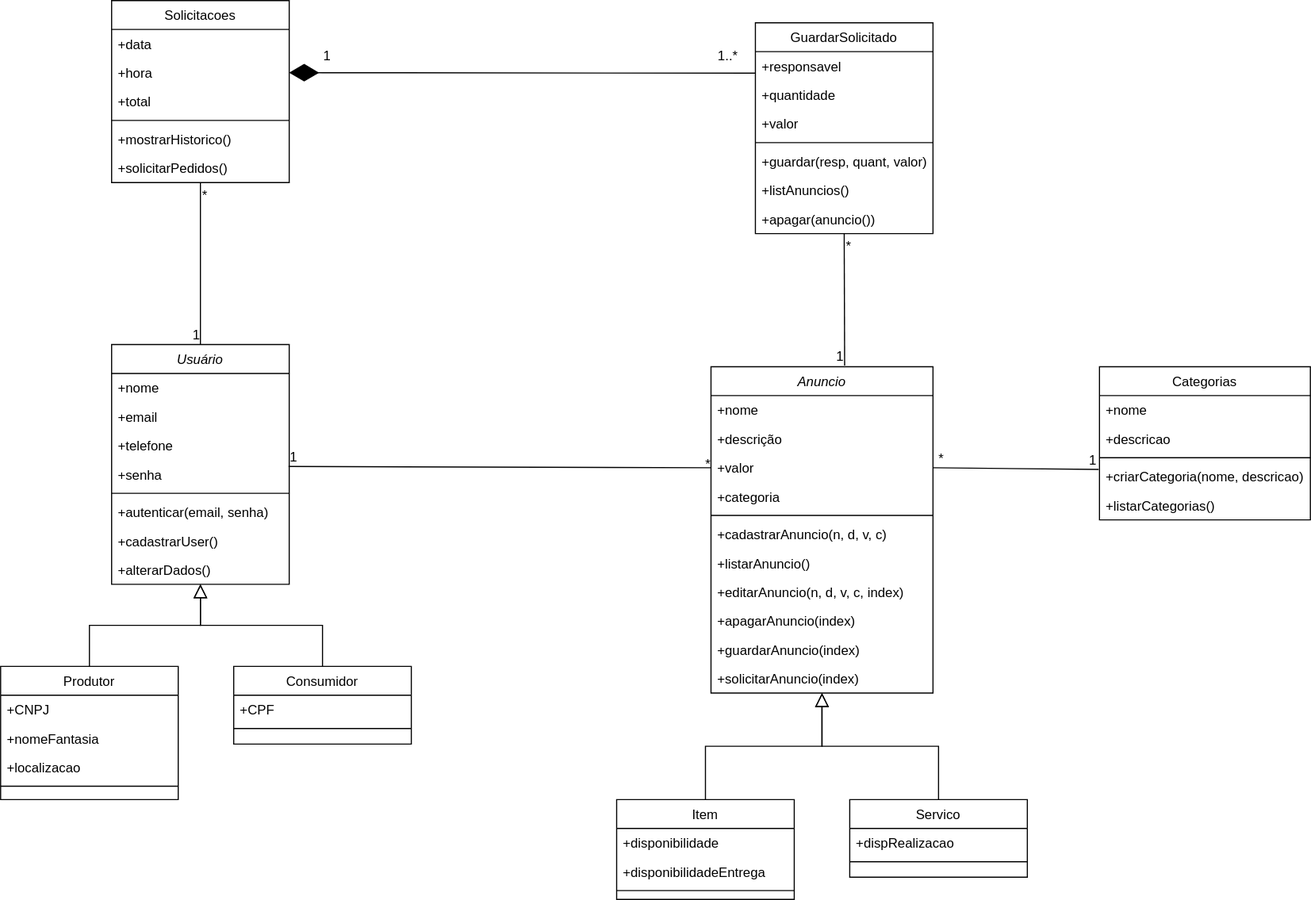
yanturck/carshopservices keeps this draw.io diagram as diagramas/Classes.drawio.svg. Above is the earlier version. Source tidied: cells renumbered, new cells last; positions are measured from the earlier drawing's top-left corner, leaving out a move shared by most shapes.
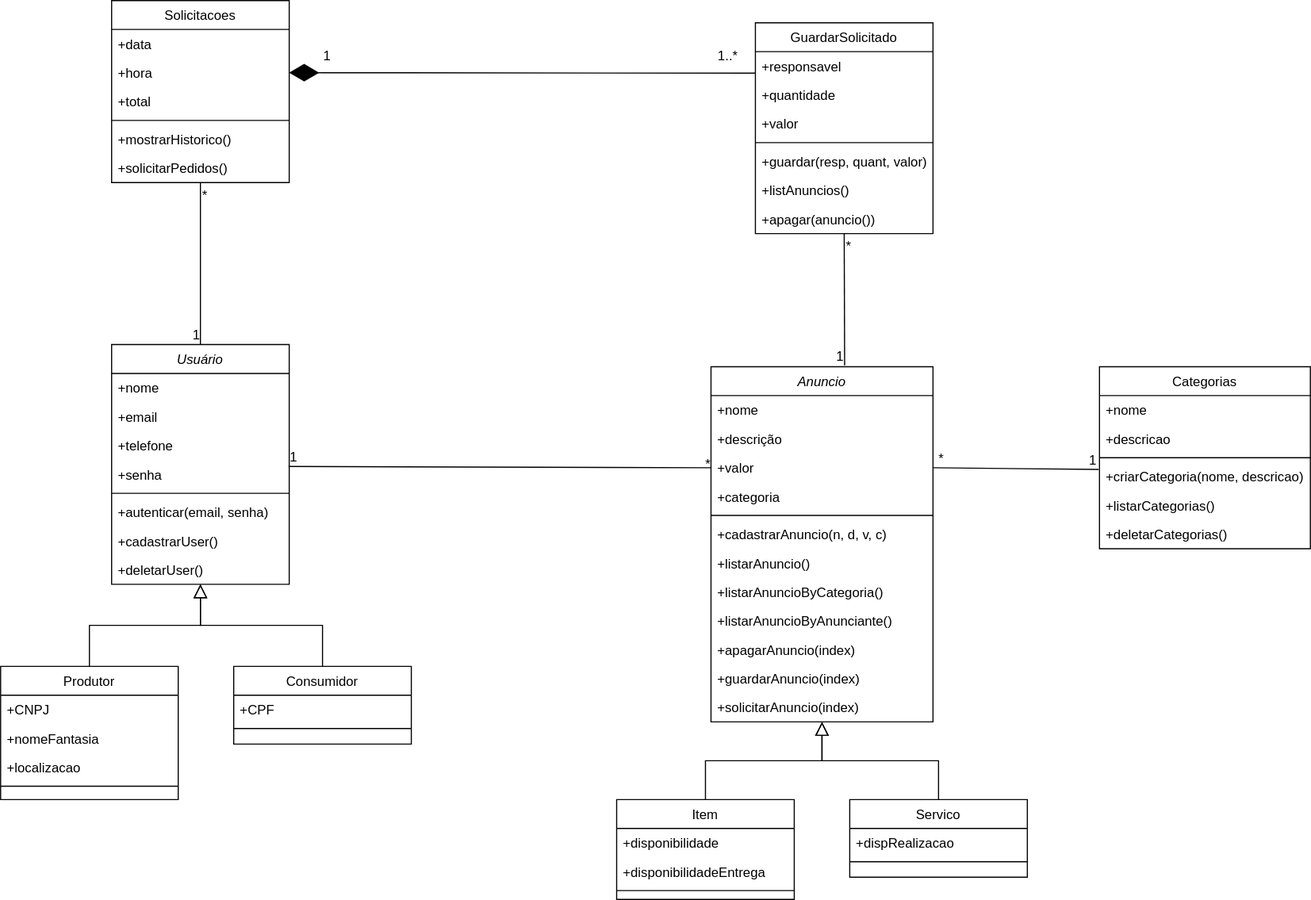
After the change.

Diff of the diagram source:
```diff
@@ -26,7 +26,7 @@
     <mxCell id="9" value="+cadastrarUser()" style="text;align=left;verticalAlign=top;spacingLeft=4;spacingRight=4;overflow=hidden;rounded=0;shadow=0;html=0;" parent="2" vertex="1">
       <mxGeometry y="164" width="160" height="26" as="geometry" />
     </mxCell>
-    <mxCell id="10" value="+alterarDados()" style="text;align=left;verticalAlign=top;spacingLeft=4;spacingRight=4;overflow=hidden;rounded=0;shadow=0;html=0;" parent="2" vertex="1">
+    <mxCell id="10" value="+deletarUser()" style="text;align=left;verticalAlign=top;spacingLeft=4;spacingRight=4;overflow=hidden;rounded=0;shadow=0;html=0;" parent="2" vertex="1">
       <mxGeometry y="190" width="160" height="26" as="geometry" />
     </mxCell>
     <mxCell id="11" value="Produtor" style="swimlane;fontStyle=0;align=center;verticalAlign=top;horizontal=1;startSize=26;rounded=0;shadow=0;strokeWidth=1;" parent="1" vertex="1">
@@ -60,7 +60,7 @@
       <mxGeometry relative="1" as="geometry" />
     </mxCell>
     <mxCell id="21" value="Anuncio" style="swimlane;fontStyle=2;align=center;verticalAlign=top;horizontal=1;startSize=26;rounded=0;shadow=0;strokeWidth=1;" parent="1" vertex="1">
-      <mxGeometry x="640" y="330" width="200" height="294" as="geometry" />
+      <mxGeometry x="640" y="330" width="200" height="320" as="geometry" />
     </mxCell>
     <mxCell id="22" value="+nome" style="text;align=left;verticalAlign=top;spacingLeft=4;spacingRight=4;overflow=hidden;" parent="21" vertex="1">
       <mxGeometry y="26" width="200" height="26" as="geometry" />
@@ -83,17 +83,20 @@
     <mxCell id="28" value="+listarAnuncio()" style="text;align=left;verticalAlign=top;spacingLeft=4;spacingRight=4;overflow=hidden;rounded=0;shadow=0;html=0;" parent="21" vertex="1">
       <mxGeometry y="164" width="200" height="26" as="geometry" />
     </mxCell>
-    <mxCell id="29" value="+editarAnuncio(n, d, v, c, index)" style="text;align=left;verticalAlign=top;spacingLeft=4;spacingRight=4;overflow=hidden;rounded=0;shadow=0;html=0;" parent="21" vertex="1">
+    <mxCell id="29" value="+listarAnuncioByCategoria()" style="text;align=left;verticalAlign=top;spacingLeft=4;spacingRight=4;overflow=hidden;rounded=0;shadow=0;html=0;" parent="21" vertex="1">
       <mxGeometry y="190" width="200" height="26" as="geometry" />
     </mxCell>
+    <mxCell id="78" value="+listarAnuncioByAnunciante()" style="text;align=left;verticalAlign=top;spacingLeft=4;spacingRight=4;overflow=hidden;rounded=0;shadow=0;html=0;" parent="21" vertex="1">
+      <mxGeometry y="216" width="200" height="26" as="geometry" />
+    </mxCell>
     <mxCell id="30" value="+apagarAnuncio(index)" style="text;align=left;verticalAlign=top;spacingLeft=4;spacingRight=4;overflow=hidden;rounded=0;shadow=0;html=0;" parent="21" vertex="1">
-      <mxGeometry y="216" width="200" height="26" as="geometry" />
+      <mxGeometry y="242" width="200" height="26" as="geometry" />
     </mxCell>
     <mxCell id="31" value="+guardarAnuncio(index)" style="text;align=left;verticalAlign=top;spacingLeft=4;spacingRight=4;overflow=hidden;rounded=0;shadow=0;html=0;" parent="21" vertex="1">
-      <mxGeometry y="242" width="200" height="26" as="geometry" />
+      <mxGeometry y="268" width="200" height="26" as="geometry" />
     </mxCell>
     <mxCell id="32" value="+solicitarAnuncio(index)" style="text;align=left;verticalAlign=top;spacingLeft=4;spacingRight=4;overflow=hidden;rounded=0;shadow=0;html=0;" parent="21" vertex="1">
-      <mxGeometry y="268" width="200" height="26" as="geometry" />
+      <mxGeometry y="294" width="200" height="26" as="geometry" />
     </mxCell>
     <mxCell id="33" value="Item" style="swimlane;fontStyle=0;align=center;verticalAlign=top;horizontal=1;startSize=26;rounded=0;shadow=0;strokeWidth=1;" parent="1" vertex="1">
       <mxGeometry x="555" y="720" width="160" height="90" as="geometry" />
@@ -214,7 +217,7 @@
       </mxGeometry>
     </mxCell>
     <mxCell id="69" value="Categorias" style="swimlane;fontStyle=0;align=center;verticalAlign=top;horizontal=1;startSize=26;" parent="1" vertex="1">
-      <mxGeometry x="990" y="330" width="190" height="138" as="geometry" />
+      <mxGeometry x="990" y="330" width="190" height="164" as="geometry" />
     </mxCell>
     <mxCell id="70" value="+nome" style="text;strokeColor=none;fillColor=none;align=left;verticalAlign=top;spacingLeft=4;spacingRight=4;overflow=hidden;" parent="69" vertex="1">
       <mxGeometry y="26" width="190" height="26" as="geometry" />
@@ -228,8 +231,11 @@
     <mxCell id="73" value="+criarCategoria(nome, descricao)" style="text;strokeColor=none;fillColor=none;align=left;verticalAlign=top;spacingLeft=4;spacingRight=4;overflow=hidden;points=[[0,0.5],[1,0.5]];portConstraint=eastwest;" parent="69" vertex="1">
       <mxGeometry y="86" width="190" height="26" as="geometry" />
     </mxCell>
+    <mxCell id="79" value="+listarCategorias()" style="text;align=left;verticalAlign=top;spacingLeft=4;spacingRight=4;overflow=hidden;rounded=0;shadow=0;html=0;" parent="69" vertex="1">
+      <mxGeometry y="112" width="190" height="26" as="geometry" />
+    </mxCell>
-    <mxCell id="74" value="+listarCategorias()" style="text;align=left;verticalAlign=top;spacingLeft=4;spacingRight=4;overflow=hidden;rounded=0;shadow=0;html=0;" parent="69" vertex="1">
-      <mxGeometry y="112" width="190" height="26" as="geometry" />
+    <mxCell id="74" value="+deletarCategorias()" style="text;align=left;verticalAlign=top;spacingLeft=4;spacingRight=4;overflow=hidden;rounded=0;shadow=0;html=0;" parent="69" vertex="1">
+      <mxGeometry y="138" width="190" height="26" as="geometry" />
     </mxCell>
     <mxCell id="75" style="endArrow=none;html=1;rounded=0;exitX=-0.004;exitY=0.25;exitDx=0;exitDy=0;entryX=1;entryY=0.5;entryDx=0;entryDy=0;exitPerimeter=0;" parent="1" edge="1" source="73" target="24">
       <mxGeometry relative="1" as="geometry" />
```
